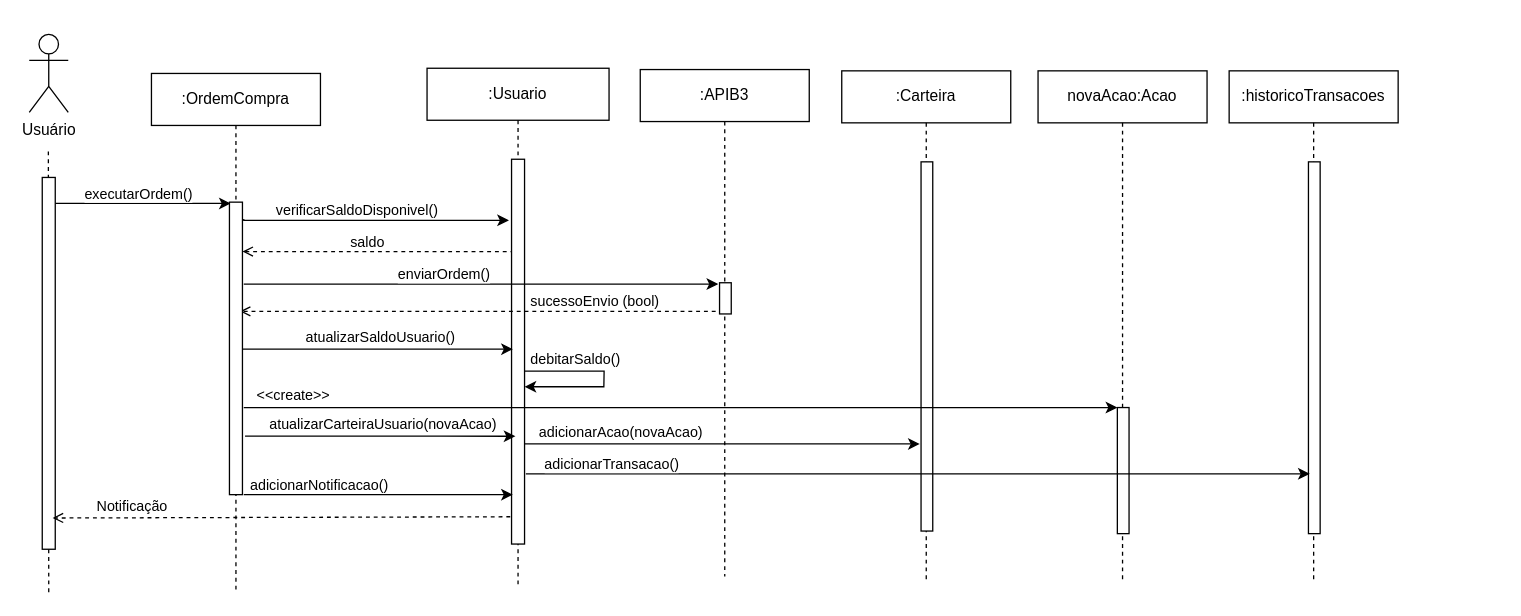
Above: diagrama_sequencia/Diagrama_Sequencia_UC08.drawio in gb-cs-rt/home_broker (draw.io), before the change. Source tidied: cells renumbered, new cells numbered last; positions are measured from the earlier drawing's top-left corner, leaving out a move shared by most shapes. Both pictures are drawn from the tidied source at 130%, with x=0, y=0 at pixel (29, 34).
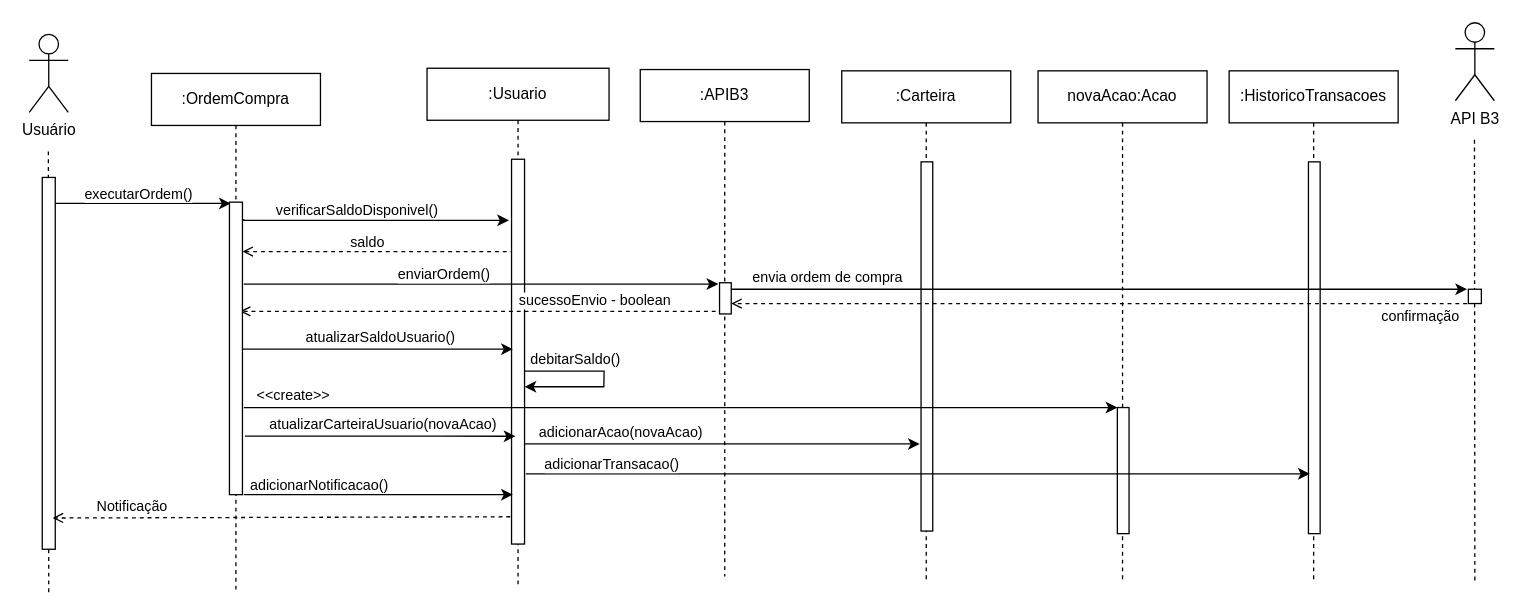
The same page after the edit.

The change refers to these unchanged cells:
```xml
<mxCell id="10" style="html=1;points=[[0,0,0,0,5],[0,1,0,0,-5],[1,0,0,0,5],[1,1,0,0,-5]];perimeter=orthogonalPerimeter;outlineConnect=0;targetShapes=umlLifeline;portConstraint=eastwest;newEdgeStyle={&quot;curved&quot;:0,&quot;rounded&quot;:0};" parent="9" vertex="1">
  <mxGeometry x="61" y="164" width="9" height="24" as="geometry" />
</mxCell>
<mxCell id="11" style="endArrow=open;html=1;rounded=0;dashed=1;startArrow=none;startFill=0;endFill=0;" parent="1" edge="1">
  <mxGeometry relative="1" as="geometry">
    <mxPoint x="528" y="213" as="sourcePoint" />
    <mxPoint x="162" y="213" as="targetPoint" />
  </mxGeometry>
</mxCell>
```

The edit, as a diff of the source:
```diff
@@
-    <mxCell id="12" value="sucessoEnvio (bool)" style="edgeLabel;html=1;align=center;verticalAlign=middle;" parent="11" vertex="1">
+    <mxCell id="12" value="sucessoEnvio - boolean" style="edgeLabel;html=1;align=center;verticalAlign=middle;" parent="11" vertex="1">
       <mxGeometry x="-0.1" y="2" relative="1" as="geometry">
         <mxPoint x="71" y="-11" as="offset" />
       </mxGeometry>
     </mxCell>
@@
-    <mxCell id="37" value=":historicoTransacoes" style="shape=umlLifeline;perimeter=lifelinePerimeter;whiteSpace=wrap;html=1;newEdgeStyle={&quot;curved&quot;:0,&quot;rounded&quot;:0};" parent="1" vertex="1">
+    <mxCell id="37" value=":HistoricoTransacoes" style="shape=umlLifeline;perimeter=lifelinePerimeter;whiteSpace=wrap;html=1;newEdgeStyle={&quot;curved&quot;:0,&quot;rounded&quot;:0};" parent="1" vertex="1">
       <mxGeometry x="923" y="28" width="130" height="393" as="geometry" />
     </mxCell>
@@
+    <mxCell id="43" value="API B3" style="shape=umlActor;verticalLabelPosition=bottom;verticalAlign=top;html=1;" parent="1" vertex="1">
+      <mxGeometry x="1097" y="-9" width="30" height="60" as="geometry" />
+    </mxCell>
+    <mxCell id="44" style="endArrow=none;dashed=1;html=1;rounded=0;" parent="1" edge="1">
+      <mxGeometry relative="1" as="geometry">
+        <mxPoint x="1112" y="420" as="sourcePoint" />
+        <mxPoint x="1111.7" y="81" as="targetPoint" />
+      </mxGeometry>
+    </mxCell>
+    <mxCell id="45" style="html=1;perimeter=orthogonalPerimeter;targetShapes=umlLifeline;newEdgeStyle={&quot;curved&quot;:0,&quot;rounded&quot;:0};" parent="1" vertex="1">
+      <mxGeometry x="1107" y="196" width="10" height="11" as="geometry" />
+    </mxCell>
+    <mxCell id="46" style="edgeStyle=none;orthogonalLoop=1;jettySize=auto;html=1;rounded=0;" parent="1" edge="1">
+      <mxGeometry relative="1" as="geometry">
+        <mxPoint x="540" y="196" as="sourcePoint" />
+        <mxPoint x="1106" y="196" as="targetPoint" />
+      </mxGeometry>
+    </mxCell>
+    <mxCell id="47" value="envia ordem de compra" style="edgeLabel;html=1;align=center;verticalAlign=middle;" parent="46" vertex="1">
+      <mxGeometry x="-0.16" relative="1" as="geometry">
+        <mxPoint x="-165" y="-10" as="offset" />
+      </mxGeometry>
+    </mxCell>
+    <mxCell id="48" style="endArrow=open;html=1;rounded=0;dashed=1;startArrow=none;startFill=0;endFill=0;" parent="1" edge="1" target="10">
+      <mxGeometry relative="1" as="geometry">
+        <mxPoint x="1106" y="207" as="sourcePoint" />
+      </mxGeometry>
+    </mxCell>
+    <mxCell id="49" value="confirmação" style="edgeLabel;html=1;align=center;verticalAlign=middle;" parent="48" vertex="1">
+      <mxGeometry x="-0.1" y="2" relative="1" as="geometry">
+        <mxPoint x="218" y="7" as="offset" />
+      </mxGeometry>
+    </mxCell>
```
